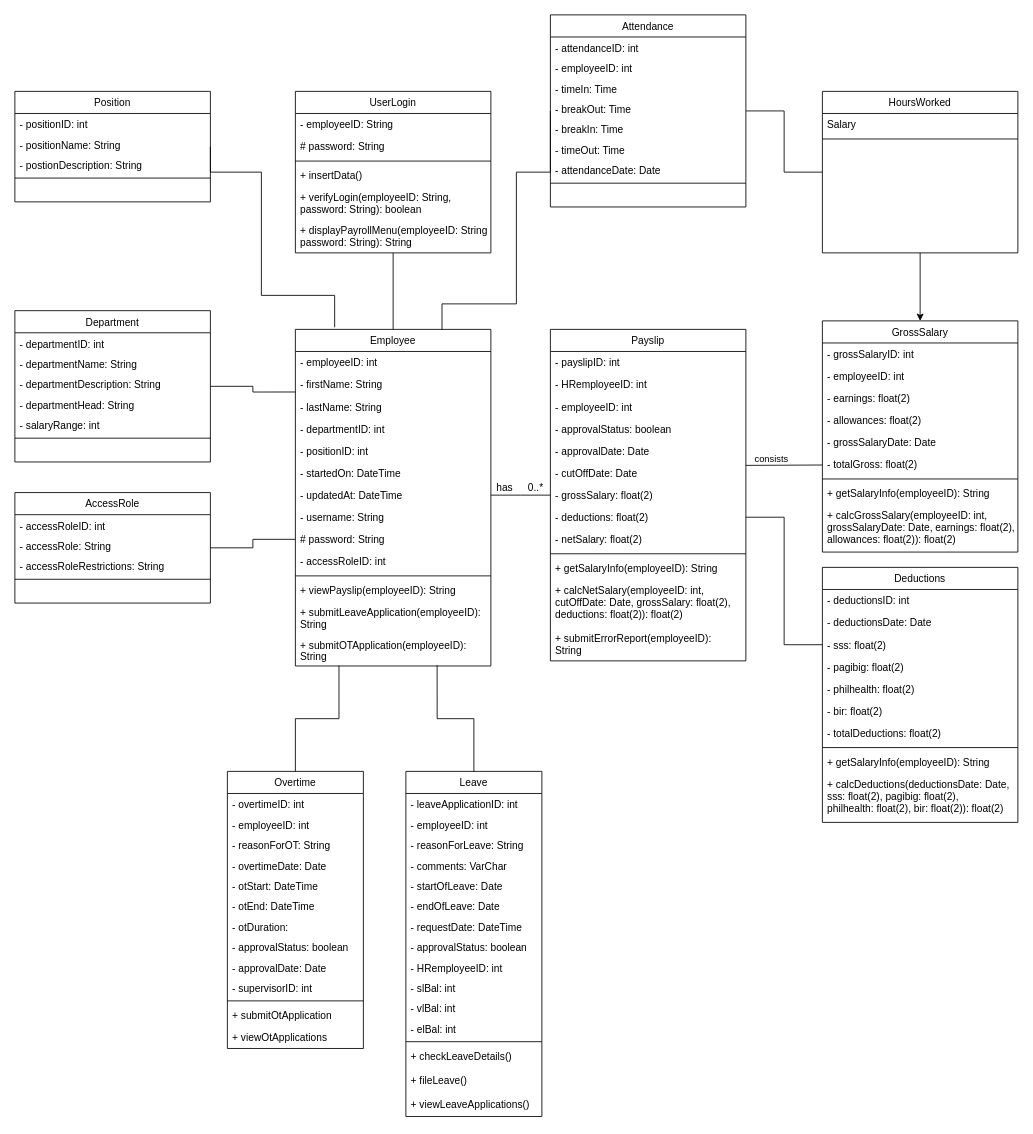
This is S2101 Team 3 OOP MotorPH Class Diagram.drawio from MichaelAngelLu/Computer-Programming, a draw.io file, before an edit. Source tidied: cells renumbered, new cells numbered last; positions are measured from the earlier drawing's top-left corner, leaving out a move shared by most shapes. Both pictures are drawn from the tidied source at 85%, with x=0, y=0 at pixel (14, 14).
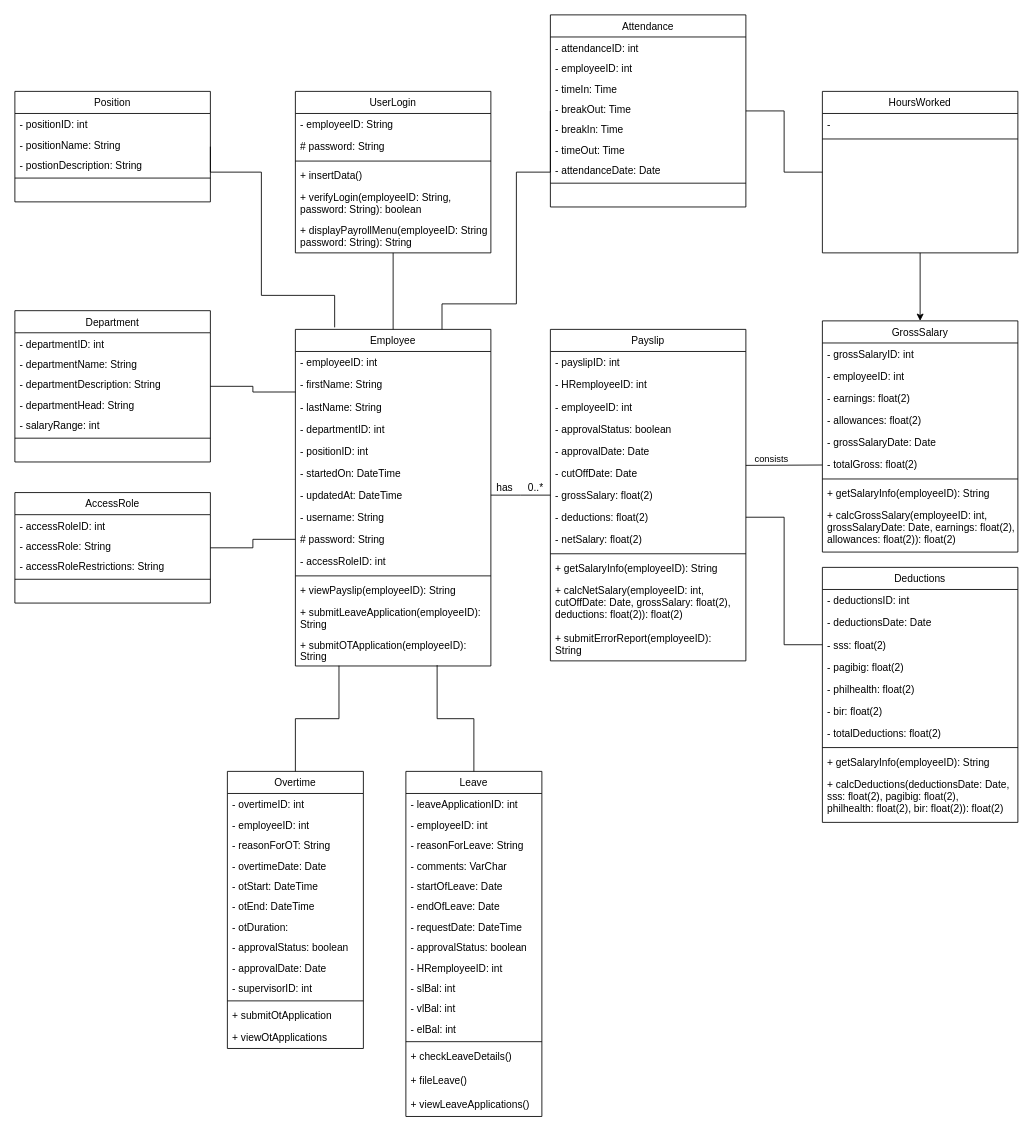
The same diagram, later.

The change refers to these unchanged cells:
```xml
<mxCell id="109" value="HoursWorked" style="swimlane;fontStyle=0;align=center;verticalAlign=top;horizontal=1;startSize=26;rounded=0;shadow=0;strokeWidth=1;" parent="1" vertex="1">
  <mxGeometry x="950" y="90" width="230" height="190" as="geometry" />
</mxCell>
```

What changed in the source:
```diff
@@
-    <mxCell id="110" value="Salary" style="text;align=left;verticalAlign=top;spacingLeft=4;spacingRight=4;overflow=hidden;" parent="109" vertex="1">
+    <mxCell id="110" value="- " style="text;align=left;verticalAlign=top;spacingLeft=4;spacingRight=4;overflow=hidden;" parent="109" vertex="1">
       <mxGeometry y="26" width="230" height="26" as="geometry" />
     </mxCell>
```
